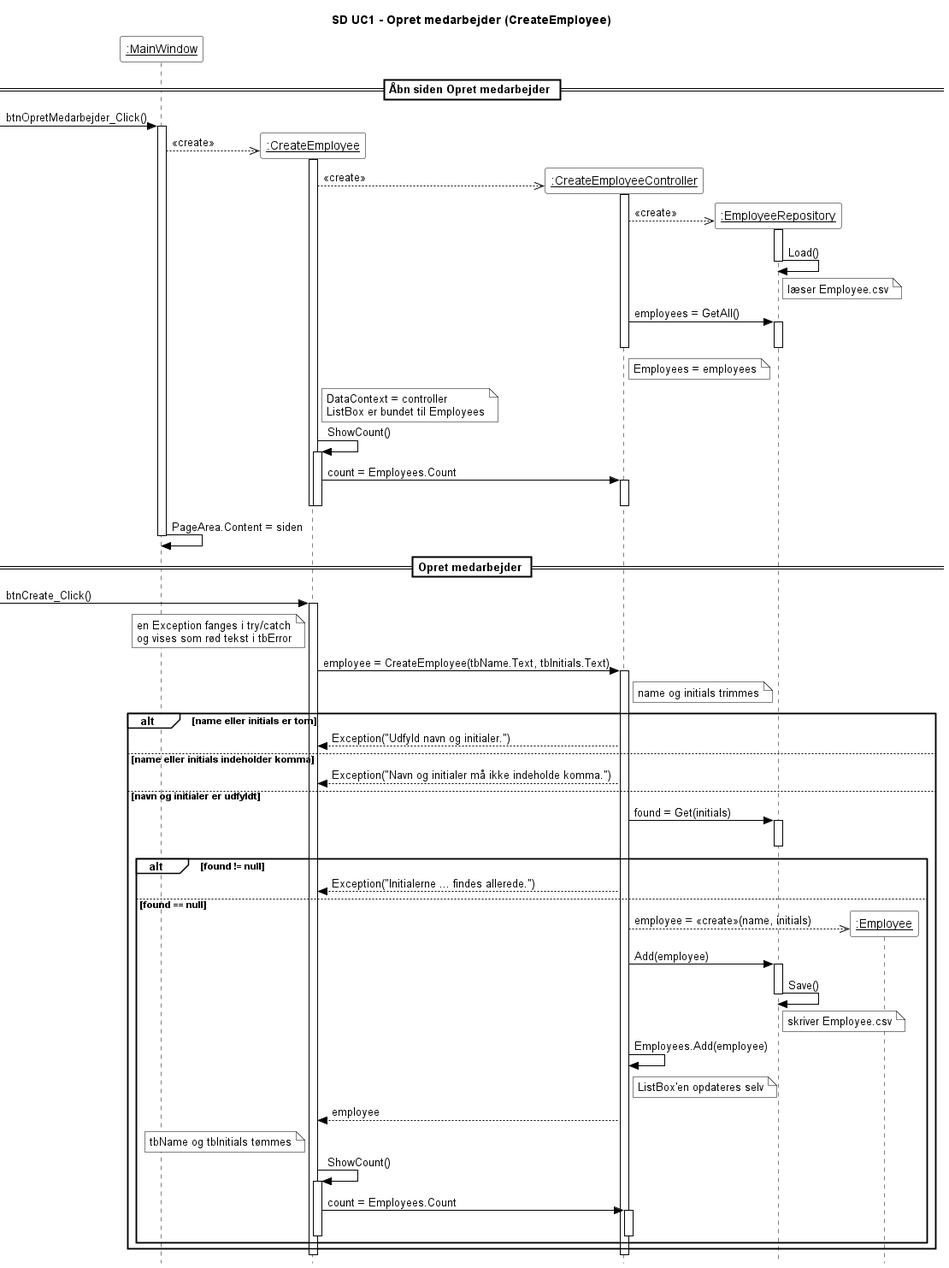
Zoabz/Getting-Real keeps this PlantUML diagram as 6. Sekvens Diagrammer/Sprint 1/UC1_opret_medarbejder.png. Above is the earlier version.
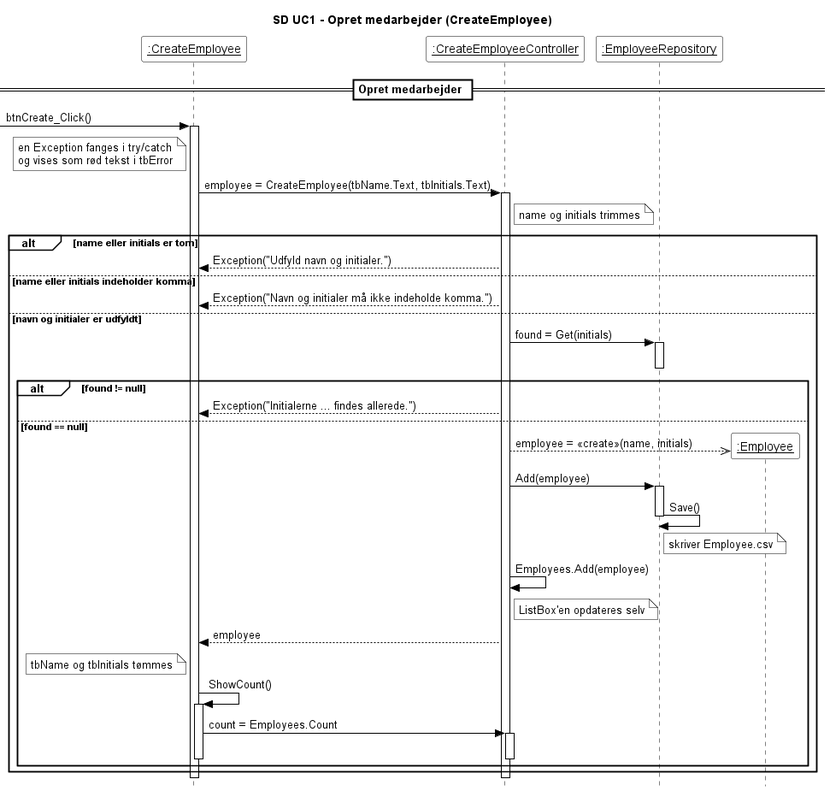
Later version of the same file.

Change to the diagram source:
```diff
@@ -19,47 +19,9 @@
 hide footbox
 title SD UC1 - Opret medarbejder (CreateEmployee)
 
-participant ":MainWindow" as MW
-
-== Åbn siden Opret medarbejder ==
-[-> MW : btnOpretMedarbejder_Click()
-activate MW
-
-create participant ":CreateEmployee" as V
-MW -->> V : «create»
-activate V
-
-create participant ":CreateEmployeeController" as C
-V -->> C : «create»
-activate C
-
-create participant ":EmployeeRepository" as R
-C -->> R : «create»
-activate R
-R -> R : Load()
-note right of R : læser Employee.csv
-deactivate R
-
-C -> R : employees = GetAll()
-activate R
-deactivate R
-note right of C : Employees = employees
-deactivate C
-
-note right of V
-  DataContext = controller
-  ListBox er bundet til Employees
-end note
-V -> V : ShowCount()
-activate V
-V -> C : count = Employees.Count
-activate C
-deactivate C
-deactivate V
-deactivate V
-
-MW -> MW : PageArea.Content = siden
-deactivate MW
+participant ":CreateEmployee" as V
+participant ":CreateEmployeeController" as C
+participant ":EmployeeRepository" as R
 
 == Opret medarbejder ==
 [-> V : btnCreate_Click()
```
